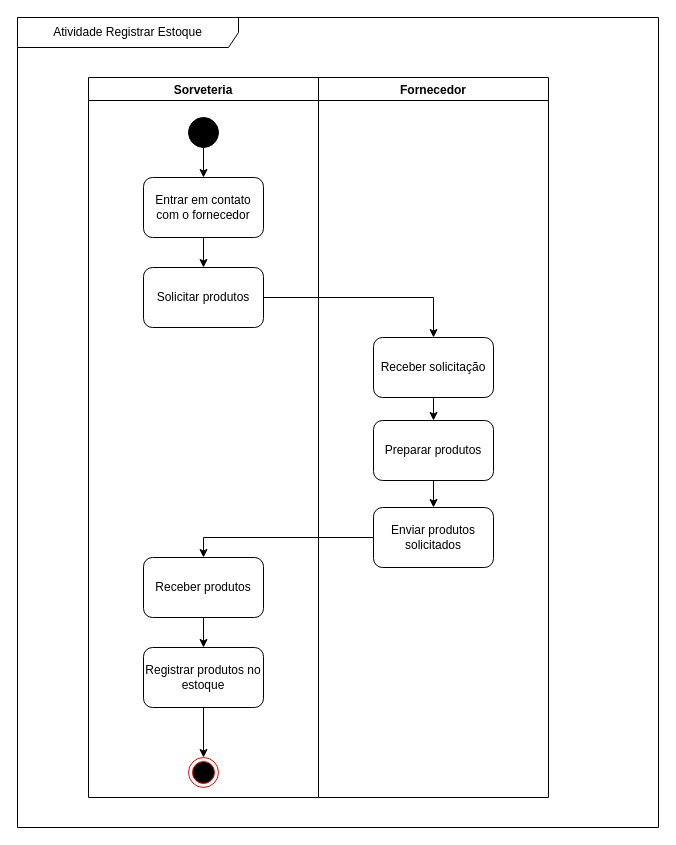
Earlier version of the draw.io diagram page "Sorveteria - Fornecedor" (2 of 3) of Diagrama de Atividades - IGLU 2.drawio (grupovision22/projeto_iglu). Source tidied: cells renumbered, new cells numbered last; positions are measured from the earlier drawing's top-left corner, leaving out a move shared by most shapes. Both pictures are drawn from the tidied source at 100%, with x=0, y=0 at pixel (17, 17).
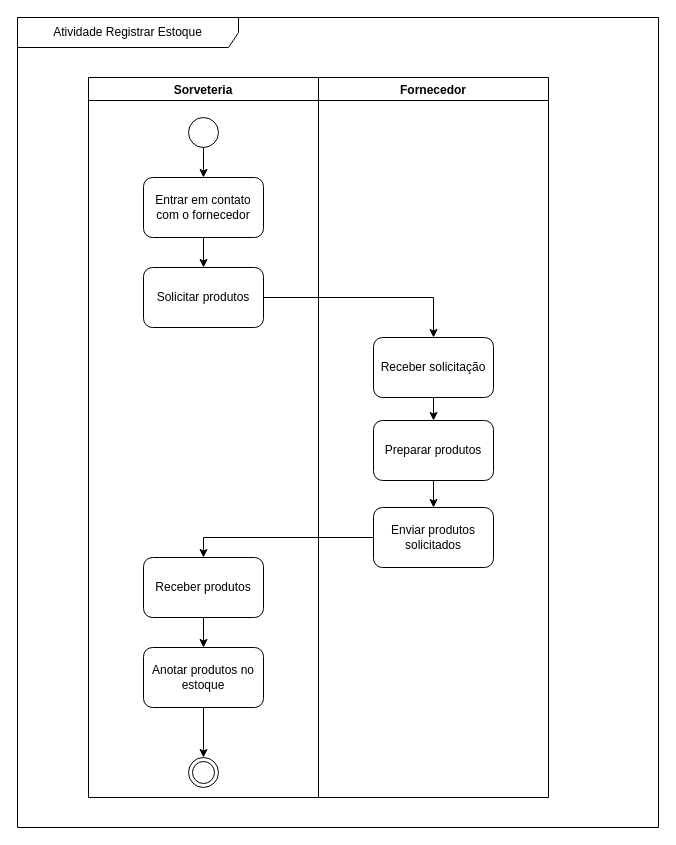
Above is the later version.

Unchanged cells that the change refers to:
```xml
<mxCell id="2" value="Sorveteria" style="swimlane;" parent="1" vertex="1">
  <mxGeometry x="71" y="60" width="230" height="720" as="geometry" />
</mxCell>
```

The edit, as a diff of the source:
```diff
@@
+    <mxCell id="21" value="&lt;div style=&quot;text-align: left;&quot;&gt;&lt;span style=&quot;background-color: initial;&quot;&gt;Atividade Registrar Estoque&lt;/span&gt;&lt;/div&gt;&lt;div style=&quot;text-align: justify;&quot;&gt;&lt;/div&gt;" style="shape=umlFrame;whiteSpace=wrap;html=1;width=221;height=30;" parent="1" vertex="1">
+      <mxGeometry width="641" height="810" as="geometry" />
+    </mxCell>
@@
-    <mxCell id="4" style="ellipse;whiteSpace=wrap;html=1;fillColor=#000000;" parent="2" vertex="1">
+    <mxCell id="4" style="ellipse;whiteSpace=wrap;html=1;" parent="2" vertex="1">
       <mxGeometry x="100" y="40" width="30" height="30" as="geometry" />
     </mxCell>
@@
-    <mxCell id="11" value="Registrar produtos no estoque" style="rounded=1;whiteSpace=wrap;html=1;fillColor=none;" parent="2" vertex="1">
+    <mxCell id="11" value="Anotar produtos no estoque" style="rounded=1;whiteSpace=wrap;html=1;fillColor=none;" parent="2" vertex="1">
       <mxGeometry x="55" y="570" width="120" height="60" as="geometry" />
     </mxCell>
-    <mxCell id="12" style="ellipse;html=1;shape=endState;fillColor=#000000;strokeColor=#ff0000;" parent="2" vertex="1">
+    <mxCell id="12" style="ellipse;html=1;shape=endState;" parent="2" vertex="1">
       <mxGeometry x="100" y="680" width="30" height="30" as="geometry" />
     </mxCell>
@@
-    <mxCell id="21" value="&lt;div style=&quot;text-align: left;&quot;&gt;&lt;span style=&quot;background-color: initial;&quot;&gt;Atividade Registrar Estoque&lt;/span&gt;&lt;/div&gt;&lt;div style=&quot;text-align: justify;&quot;&gt;&lt;/div&gt;" style="shape=umlFrame;whiteSpace=wrap;html=1;fillColor=none;width=221;height=30;" parent="1" vertex="1">
-      <mxGeometry width="641" height="810" as="geometry" />
-    </mxCell>
```
